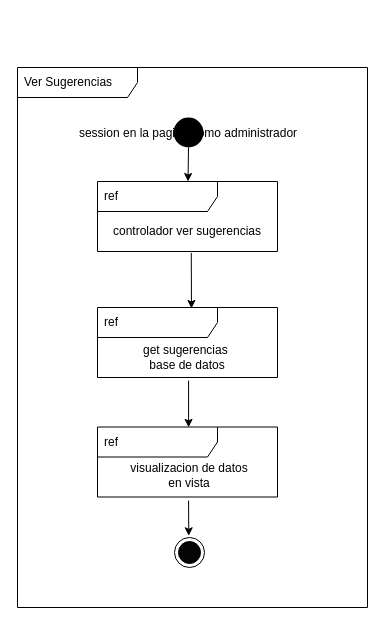
This is DOCUMENTACION/interaccionesVerSugerencias.drawio from cresb-49/PRACTICA-1-TEO1, a draw.io file, before an edit. Source tidied: cells renumbered, new cells numbered last; positions are measured from the earlier drawing's top-left corner, leaving out a move shared by most shapes. Both pictures are drawn from the tidied source at 100%, with x=0, y=0 at pixel (17, 67).
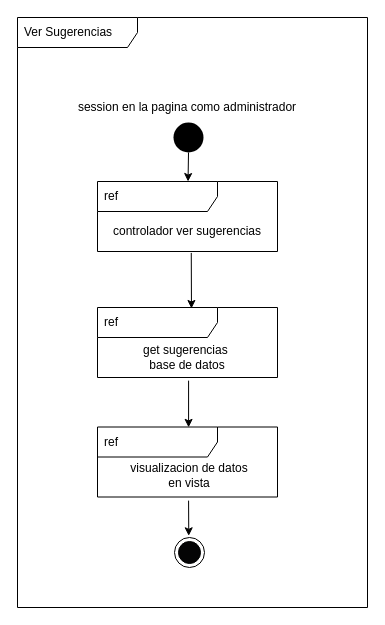
After the change.

The edit, as a diff of the source:
```diff
@@
 <mxGraphModel>
   <root>
     <mxCell id="0" />
     <mxCell id="1" parent="0" />
     <mxCell id="2" value="Ver Sugerencias" style="shape=umlFrame;whiteSpace=wrap;html=1;width=120;height=30;boundedLbl=1;verticalAlign=middle;align=left;spacingLeft=5;fillColor=default;" parent="1" vertex="1">
-      <mxGeometry width="350" height="540" as="geometry" />
+      <mxGeometry y="-50" width="350" height="590" as="geometry" />
     </mxCell>
     <mxCell id="3" style="edgeStyle=none;html=1;exitX=0.5;exitY=1;exitDx=0;exitDy=0;" parent="1" edge="1" source="4" target="7">
       <mxGeometry relative="1" as="geometry" />
     </mxCell>
-    <mxCell id="4" value="session en la pagina como administrador" style="ellipse;strokeColor=none;fillColor=#000000;" parent="1" vertex="1">
-      <mxGeometry x="156" y="50" width="30" height="30" as="geometry" />
+    <mxCell id="4" style="ellipse;strokeColor=none;fillColor=#000000;" parent="1" vertex="1">
+      <mxGeometry x="156" y="55" width="30" height="30" as="geometry" />
     </mxCell>
     <mxCell id="5" value="ref" style="shape=umlFrame;whiteSpace=wrap;html=1;width=120;height=30;boundedLbl=1;verticalAlign=middle;align=left;spacingLeft=5;" parent="1" vertex="1">
       <mxGeometry x="80" y="359.5" width="180" height="70" as="geometry" />
     </mxCell>
     <mxCell id="6" value="visualizacion de datos&lt;br&gt;en vista" style="text;html=1;strokeColor=none;fillColor=none;align=center;verticalAlign=middle;whiteSpace=wrap;rounded=0;" parent="1" vertex="1">
       <mxGeometry x="92" y="393" width="160" height="30" as="geometry" />
     </mxCell>
     <mxCell id="7" value="ref" style="shape=umlFrame;whiteSpace=wrap;html=1;width=120;height=30;boundedLbl=1;verticalAlign=middle;align=left;spacingLeft=5;" parent="1" vertex="1">
       <mxGeometry x="80" y="114" width="180" height="70" as="geometry" />
     </mxCell>
     <mxCell id="8" value="controlador ver sugerencias" style="text;html=1;strokeColor=none;fillColor=none;align=center;verticalAlign=middle;whiteSpace=wrap;rounded=0;" parent="1" vertex="1">
       <mxGeometry x="90" y="149" width="160" height="30" as="geometry" />
     </mxCell>
     <mxCell id="9" value="ref" style="shape=umlFrame;whiteSpace=wrap;html=1;width=120;height=30;boundedLbl=1;verticalAlign=middle;align=left;spacingLeft=5;" parent="1" vertex="1">
       <mxGeometry x="80" y="240" width="180" height="70" as="geometry" />
     </mxCell>
     <mxCell id="10" value="get sugerencias&amp;nbsp;&lt;br&gt;base de datos" style="text;html=1;strokeColor=none;fillColor=none;align=center;verticalAlign=middle;whiteSpace=wrap;rounded=0;" parent="1" vertex="1">
       <mxGeometry x="90" y="275" width="160" height="30" as="geometry" />
     </mxCell>
     <mxCell id="11" style="ellipse;html=1;shape=endState;strokeColor=#000000;fillColor=#040405;" parent="1" vertex="1">
       <mxGeometry x="157" y="470" width="30" height="30" as="geometry" />
     </mxCell>
     <mxCell id="12" style="endArrow=classic;html=1;entryX=0.475;entryY=-0.057;entryDx=0;entryDy=0;entryPerimeter=0;exitX=0.506;exitY=1.052;exitDx=0;exitDy=0;exitPerimeter=0;" parent="1" edge="1" source="5" target="11">
       <mxGeometry relative="1" as="geometry" />
     </mxCell>
     <mxCell id="13" style="endArrow=classic;html=1;exitX=0.521;exitY=1.02;exitDx=0;exitDy=0;exitPerimeter=0;entryX=0.522;entryY=0.014;entryDx=0;entryDy=0;entryPerimeter=0;" parent="1" edge="1" source="7" target="9">
       <mxGeometry relative="1" as="geometry" />
     </mxCell>
     <mxCell id="14" style="endArrow=classic;html=1;exitX=0.506;exitY=1.045;exitDx=0;exitDy=0;exitPerimeter=0;entryX=0.506;entryY=0.005;entryDx=0;entryDy=0;entryPerimeter=0;" parent="1" edge="1" source="9" target="5">
       <mxGeometry relative="1" as="geometry" />
     </mxCell>
+    <mxCell id="15" value="&lt;span style=&quot;color: rgb(0, 0, 0);&quot;&gt;session en la pagina como administrador&lt;/span&gt;" style="text;html=1;strokeColor=none;fillColor=none;align=center;verticalAlign=middle;whiteSpace=wrap;rounded=0;fontColor=#FFFFFF;" parent="1" vertex="1">
+      <mxGeometry x="55" y="25" width="230" height="30" as="geometry" />
+    </mxCell>
   </root>
 </mxGraphModel>
```
